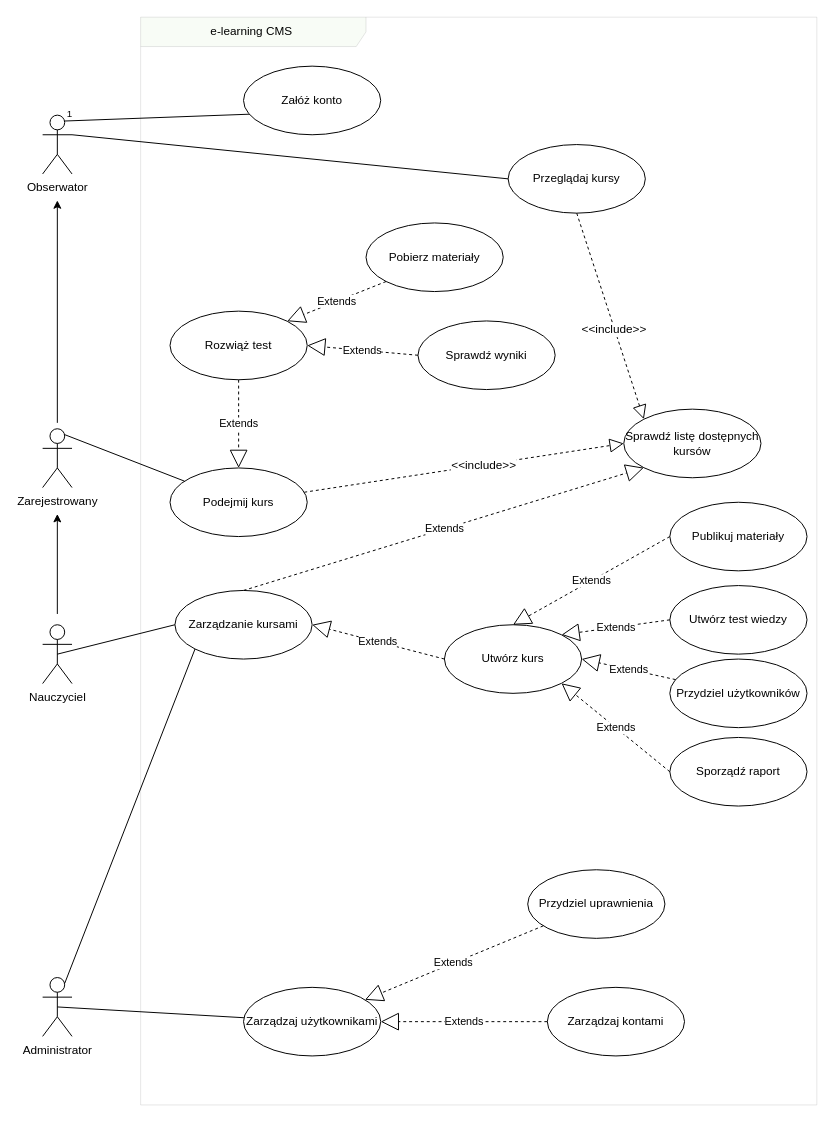
This is Untitled Diagram (3).drawio from kamilmix/e-learning_UCD, a draw.io file, before an edit. Source tidied: cells renumbered, new cells numbered last; positions are measured from the earlier drawing's top-left corner, leaving out a move shared by most shapes. Both pictures are drawn from the tidied source at 98%, with x=0, y=0 at pixel (42, 17).
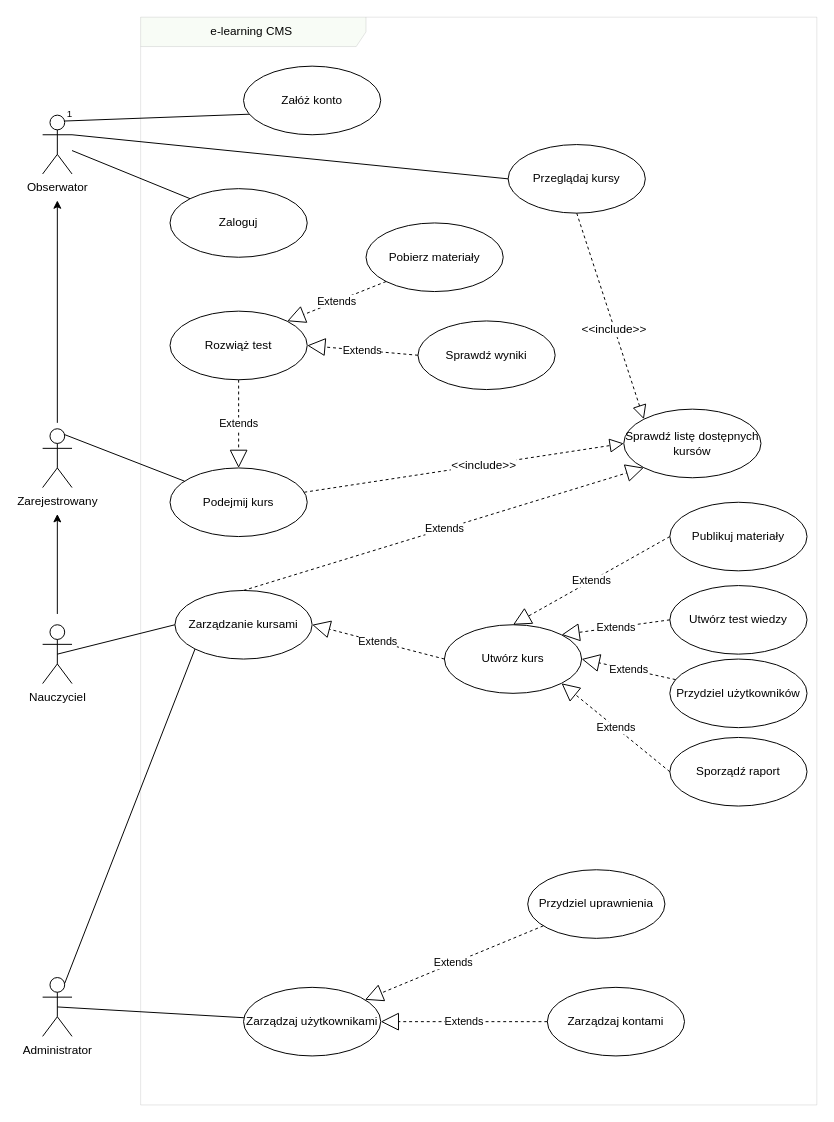
Above is the later version.

Commit message:
Dodano zaloguj

The change refers to these unchanged cells:
```xml
<mxCell id="4" value="Obserwator" style="shape=umlActor;verticalLabelPosition=bottom;labelBackgroundColor=#ffffff;verticalAlign=top;html=1;" parent="1" vertex="1">
  <mxGeometry y="100" width="30" height="60" as="geometry" />
</mxCell>
```

What changed in the source:
```diff
@@
+    <mxCell id="47" value="Zaloguj" style="ellipse;whiteSpace=wrap;html=1;" parent="1" vertex="1">
+      <mxGeometry x="130" y="175" width="140" height="70" as="geometry" />
+    </mxCell>
+    <mxCell id="48" style="endArrow=none;endFill=0;endSize=12;html=1;entryX=0;entryY=0;entryDx=0;entryDy=0;" parent="1" edge="1" source="4" target="47">
+      <mxGeometry relative="1" as="geometry" />
+    </mxCell>
```
